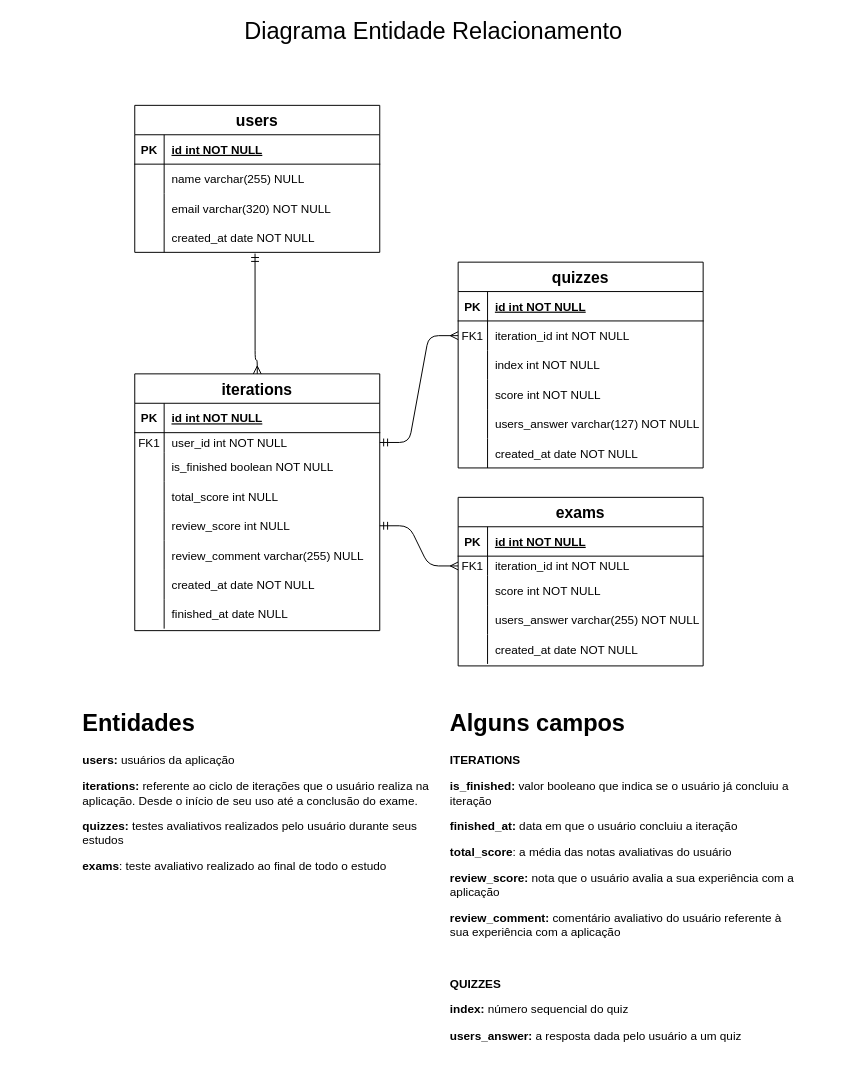
This is docs/DER.drawio from Fatec-Bug-Busters/scrum-academy, a draw.io file, before an edit. Source tidied: cells renumbered, new cells numbered last; positions are measured from the earlier drawing's top-left corner, leaving out a move shared by most shapes. Both pictures are drawn from the tidied source at 98%, with x=0, y=0 at pixel (17, 17).
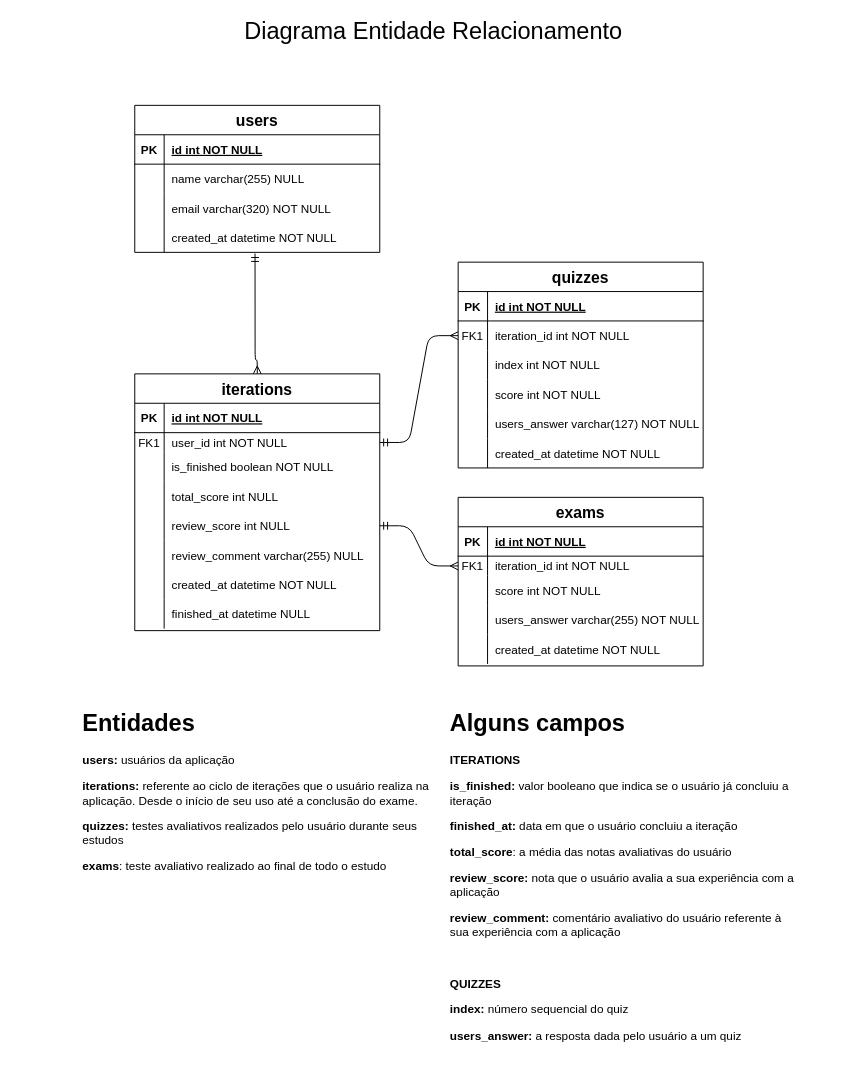
Above is the later version.

Unchanged cells that the change refers to:
```xml
<mxCell id="19" style="shape=tableRow;horizontal=0;startSize=0;swimlaneHead=0;swimlaneBody=0;fillColor=none;top=0;left=0;right=0;bottom=0;" parent="3" vertex="1">
  <mxGeometry y="180" width="250" height="30" as="geometry" />
</mxCell>
<mxCell id="32" style="shape=tableRow;horizontal=0;startSize=0;swimlaneHead=0;swimlaneBody=0;fillColor=none;points=[[0,0.5],[1,0.5]];portConstraint=eastwest;top=0;left=0;right=0;bottom=0;" parent="22" vertex="1">
  <mxGeometry y="120" width="250" height="30" as="geometry" />
</mxCell>
<mxCell id="49" style="shape=tableRow;horizontal=0;startSize=0;swimlaneHead=0;swimlaneBody=0;fillColor=none;top=0;left=0;right=0;bottom=0;" parent="36" vertex="1">
  <mxGeometry y="140" width="250" height="30" as="geometry" />
</mxCell>
<mxCell id="71" style="shape=tableRow;horizontal=0;startSize=0;swimlaneHead=0;swimlaneBody=0;fillColor=none;top=0;left=0;right=0;bottom=0;" parent="52" vertex="1">
  <mxGeometry y="200" width="250" height="30" as="geometry" />
</mxCell>
<mxCell id="74" style="shape=tableRow;horizontal=0;startSize=0;swimlaneHead=0;swimlaneBody=0;fillColor=none;top=0;left=0;right=0;bottom=0;" parent="52" vertex="1">
  <mxGeometry y="230" width="250" height="30" as="geometry" />
</mxCell>
```

Diff of the diagram source:
```diff
@@
-    <mxCell id="21" value="created_at date NOT NULL" style="shape=partialRectangle;fillColor=none;top=0;left=0;bottom=0;right=0;align=left;spacingLeft=6;overflow=hidden;" parent="19" vertex="1">
+    <mxCell id="21" value="created_at datetime NOT NULL" style="shape=partialRectangle;fillColor=none;top=0;left=0;bottom=0;right=0;align=left;spacingLeft=6;overflow=hidden;" parent="19" vertex="1">
       <mxGeometry x="30" width="220" height="30" as="geometry" />
     </mxCell>
@@
-    <mxCell id="34" value="created_at date NOT NULL" style="shape=partialRectangle;fillColor=none;top=0;left=0;bottom=0;right=0;align=left;spacingLeft=6;overflow=hidden;" parent="32" vertex="1">
+    <mxCell id="34" value="created_at datetime NOT NULL" style="shape=partialRectangle;fillColor=none;top=0;left=0;bottom=0;right=0;align=left;spacingLeft=6;overflow=hidden;" parent="32" vertex="1">
       <mxGeometry x="30" width="220" height="30" as="geometry" />
     </mxCell>
@@
-    <mxCell id="51" value="created_at date NOT NULL" style="shape=partialRectangle;fillColor=none;top=0;left=0;bottom=0;right=0;align=left;spacingLeft=6;overflow=hidden;" parent="49" vertex="1">
+    <mxCell id="51" value="created_at datetime NOT NULL" style="shape=partialRectangle;fillColor=none;top=0;left=0;bottom=0;right=0;align=left;spacingLeft=6;overflow=hidden;" parent="49" vertex="1">
       <mxGeometry x="30" width="220" height="30" as="geometry" />
     </mxCell>
@@
-    <mxCell id="73" value="created_at date NOT NULL" style="shape=partialRectangle;fillColor=none;top=0;left=0;bottom=0;right=0;align=left;spacingLeft=6;overflow=hidden;" parent="71" vertex="1">
+    <mxCell id="73" value="created_at datetime NOT NULL" style="shape=partialRectangle;fillColor=none;top=0;left=0;bottom=0;right=0;align=left;spacingLeft=6;overflow=hidden;" parent="71" vertex="1">
       <mxGeometry x="30" width="220" height="30" as="geometry" />
     </mxCell>
@@
-    <mxCell id="76" value="finished_at date NULL" style="shape=partialRectangle;fillColor=none;top=0;left=0;bottom=0;right=0;align=left;spacingLeft=6;overflow=hidden;" parent="74" vertex="1">
+    <mxCell id="76" value="finished_at datetime NULL" style="shape=partialRectangle;fillColor=none;top=0;left=0;bottom=0;right=0;align=left;spacingLeft=6;overflow=hidden;" parent="74" vertex="1">
       <mxGeometry x="30" width="220" height="30" as="geometry" />
     </mxCell>
```
